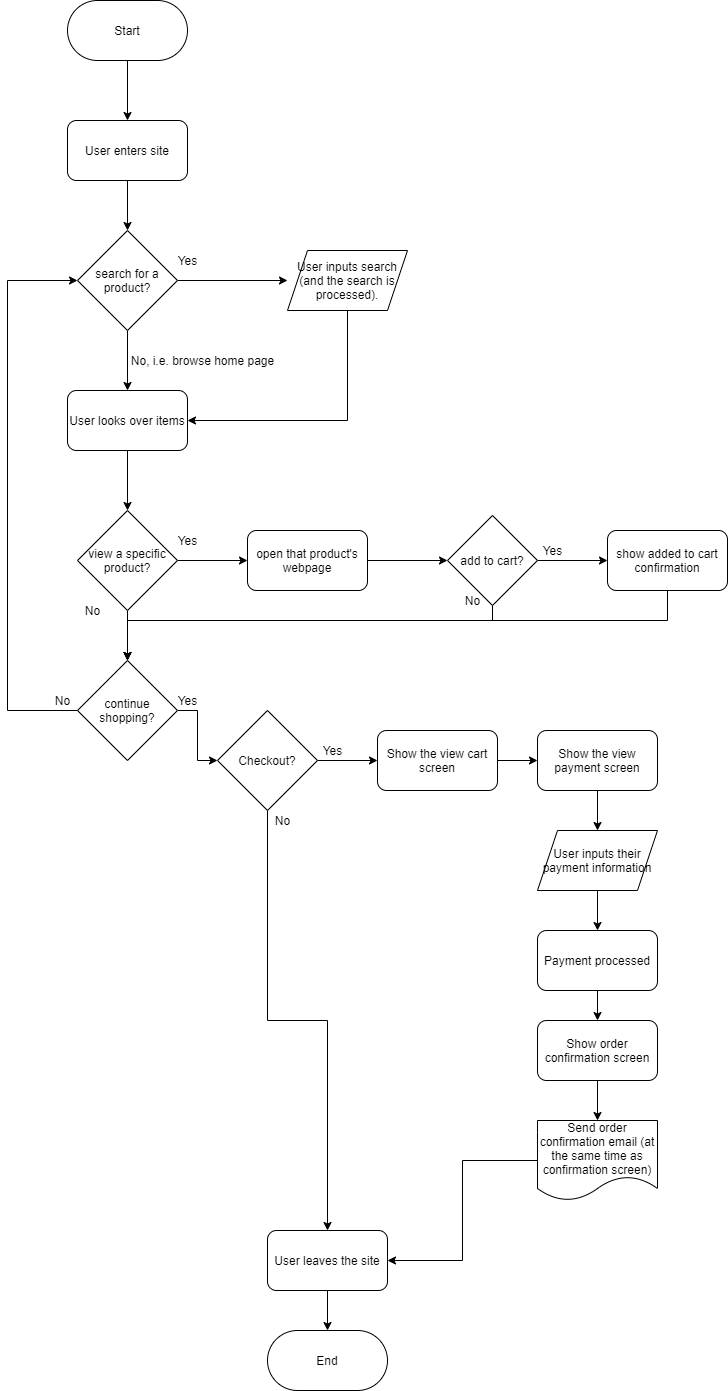
Above: explore/diagramming/diagram.drawio.png in ArturoAmaya/fa21-cse110-lab4 (draw.io), before the change. Source tidied: cells renumbered, new cells last; positions are measured from the earlier drawing's top-left corner, leaving out a move shared by most shapes.
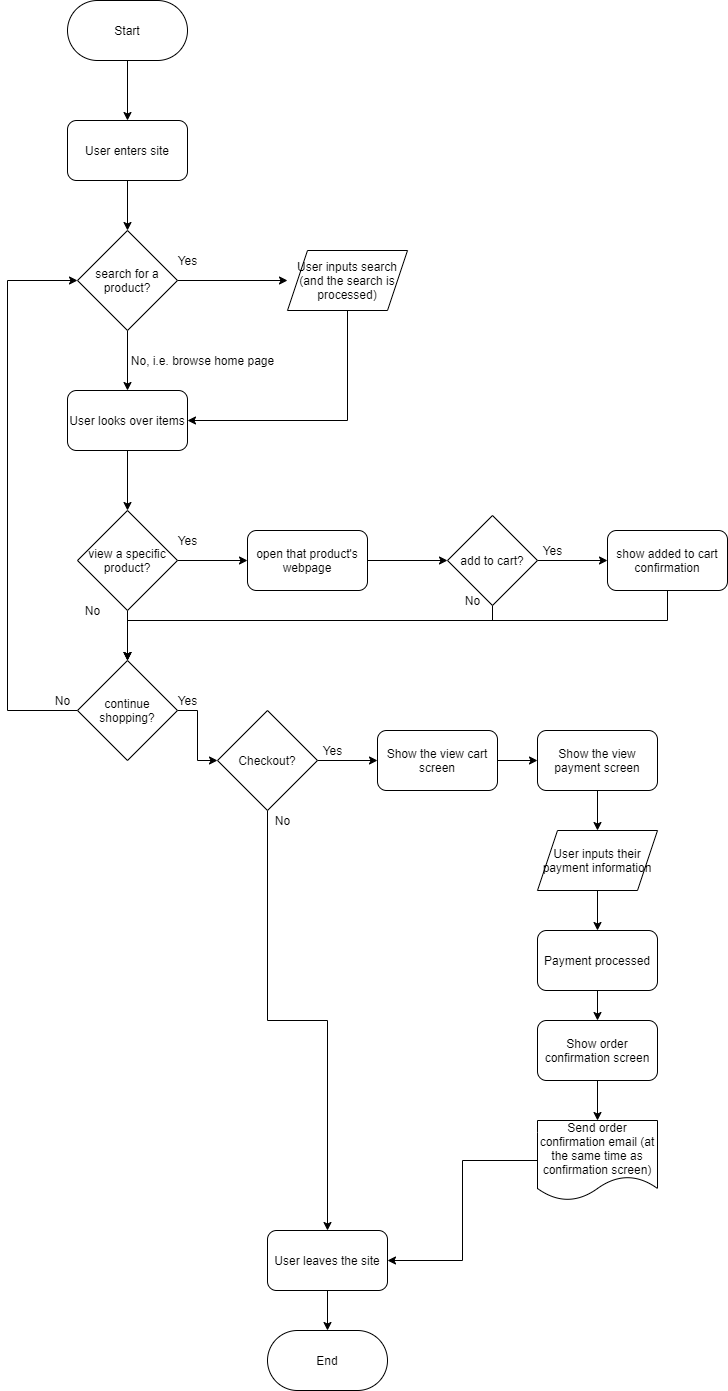
The same file after the commit.

The edit, as a diff of the source:
```diff
@@ -177,8 +177,8 @@
     <mxCell id="52" value="No" style="text;html=1;align=center;verticalAlign=middle;strokeColor=none;" parent="1" vertex="1">
       <mxGeometry x="260" y="810" width="30" height="20" as="geometry" />
     </mxCell>
-    <mxCell id="53" value="&lt;span&gt;User inputs search&lt;/span&gt;&lt;br&gt;&lt;span&gt;(and the search is processed).&lt;/span&gt;" style="shape=parallelogram;perimeter=parallelogramPerimeter;whiteSpace=wrap;html=1;fixedSize=1;" parent="1" vertex="1">
-      <mxGeometry x="280" y="250" width="120" height="60" as="geometry" />
-    </mxCell>
+    <mxCell id="54" value="&lt;span&gt;User inputs search&lt;/span&gt;&lt;br&gt;&lt;span&gt;(and the search is processed)&lt;/span&gt;" style="shape=parallelogram;perimeter=parallelogramPerimeter;whiteSpace=wrap;html=1;fixedSize=1;" parent="1" vertex="1">
+      <mxGeometry x="280" y="250" width="120" height="60" as="geometry" />
+    </mxCell>
   </root>
 </mxGraphModel>
```
